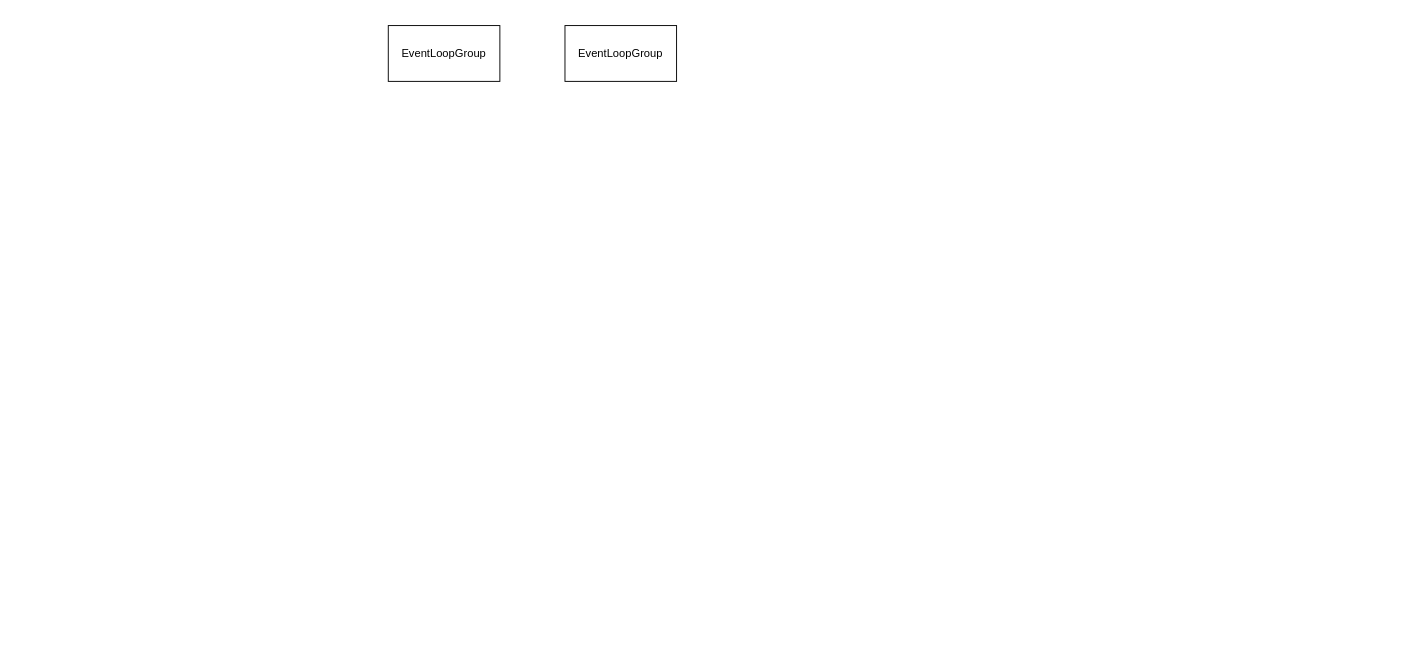
Before: netty.drawio in KOkkmiao/note, a draw.io diagram. Source tidied: cells renumbered, new cells numbered last; positions are measured from the earlier drawing's top-left corner, leaving out a move shared by most shapes. Both pictures are drawn from the tidied source at 93%, with x=0, y=0 at pixel (388, 25).
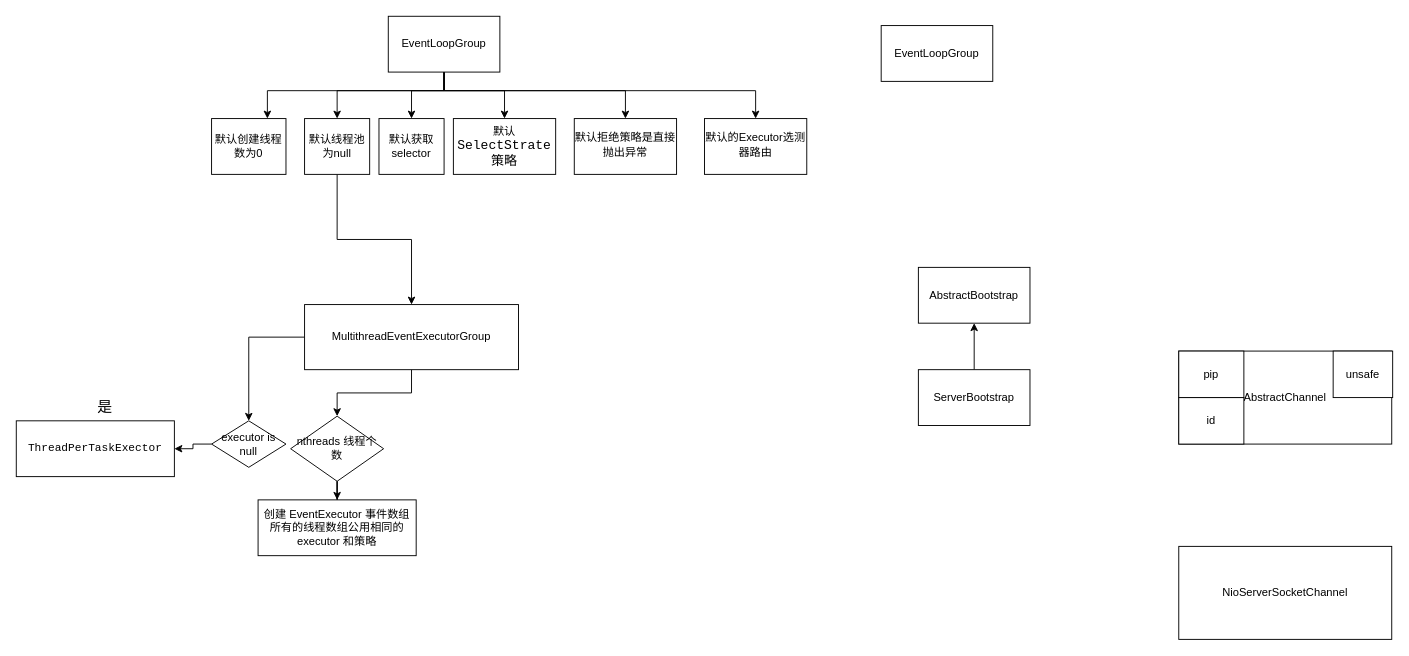
The same diagram, later.

The edit, as a diff of the source:
```diff
@@
+    <mxCell id="4" style="edgeStyle=orthogonalEdgeStyle;rounded=0;jettySize=auto;html=1;" parent="1" edge="1" source="2" target="10">
+      <mxGeometry relative="1" as="geometry">
+        <Array as="points">
+          <mxPoint x="60" y="70" />
+          <mxPoint x="-130" y="70" />
+        </Array>
+      </mxGeometry>
+    </mxCell>
+    <mxCell id="5" style="edgeStyle=orthogonalEdgeStyle;rounded=0;jettySize=auto;html=1;" parent="1" edge="1" source="2" target="12">
+      <mxGeometry relative="1" as="geometry">
+        <Array as="points">
+          <mxPoint x="60" y="70" />
+          <mxPoint x="-55" y="70" />
+        </Array>
+      </mxGeometry>
+    </mxCell>
+    <mxCell id="6" style="edgeStyle=orthogonalEdgeStyle;rounded=0;jettySize=auto;html=1;entryX=0.5;entryY=0;entryDx=0;entryDy=0;" parent="1" edge="1" source="2" target="13">
+      <mxGeometry relative="1" as="geometry">
+        <Array as="points">
+          <mxPoint x="60" y="70" />
+          <mxPoint x="25" y="70" />
+        </Array>
+      </mxGeometry>
+    </mxCell>
+    <mxCell id="7" style="edgeStyle=orthogonalEdgeStyle;rounded=0;jettySize=auto;html=1;entryX=0.5;entryY=0;entryDx=0;entryDy=0;" parent="1" edge="1" source="2" target="14">
+      <mxGeometry relative="1" as="geometry">
+        <Array as="points">
+          <mxPoint x="60" y="70" />
+          <mxPoint x="125" y="70" />
+        </Array>
+      </mxGeometry>
+    </mxCell>
+    <mxCell id="8" style="edgeStyle=orthogonalEdgeStyle;rounded=0;jettySize=auto;html=1;entryX=0.5;entryY=0;entryDx=0;entryDy=0;" parent="1" edge="1" source="2" target="15">
+      <mxGeometry relative="1" as="geometry">
+        <Array as="points">
+          <mxPoint x="60" y="70" />
+          <mxPoint x="255" y="70" />
+        </Array>
+      </mxGeometry>
+    </mxCell>
+    <mxCell id="9" style="edgeStyle=orthogonalEdgeStyle;rounded=0;jettySize=auto;html=1;" parent="1" edge="1" source="2" target="26">
+      <mxGeometry relative="1" as="geometry">
+        <Array as="points">
+          <mxPoint x="60" y="70" />
+          <mxPoint x="395" y="70" />
+        </Array>
+      </mxGeometry>
+    </mxCell>
     <mxCell id="2" value="EventLoopGroup" style="rounded=0;whiteSpace=wrap;html=1;" parent="1" vertex="1">
-      <mxGeometry width="120" height="60" as="geometry" />
+      <mxGeometry y="-10" width="120" height="60" as="geometry" />
     </mxCell>
+    <mxCell id="10" value="默认创建线程数为0" style="rounded=0;whiteSpace=wrap;html=1;" parent="1" vertex="1">
+      <mxGeometry x="-190" y="100" width="80" height="60" as="geometry" />
+    </mxCell>
     <mxCell id="3" value="EventLoopGroup" style="rounded=0;whiteSpace=wrap;html=1;" parent="1" vertex="1">
-      <mxGeometry x="190" width="120" height="60" as="geometry" />
+      <mxGeometry x="530" width="120" height="60" as="geometry" />
     </mxCell>
+    <mxCell id="11" style="edgeStyle=orthogonalEdgeStyle;rounded=0;jettySize=auto;html=1;entryX=0.5;entryY=0;entryDx=0;entryDy=0;" parent="1" edge="1" source="12" target="18">
+      <mxGeometry relative="1" as="geometry" />
+    </mxCell>
+    <mxCell id="12" value="默认线程池为null" style="rounded=0;whiteSpace=wrap;html=1;" parent="1" vertex="1">
+      <mxGeometry x="-90" y="100" width="70" height="60" as="geometry" />
+    </mxCell>
+    <mxCell id="13" value="默认获取selector" style="rounded=0;whiteSpace=wrap;html=1;" parent="1" vertex="1">
+      <mxGeometry x="-10" y="100" width="70" height="60" as="geometry" />
+    </mxCell>
+    <mxCell id="14" value="默认&lt;font face=&quot;Consolas&quot; style=&quot;font-size: 14px&quot;&gt;&lt;span style=&quot;background-color: rgb(255 , 255 , 255)&quot;&gt;SelectStrate&lt;br&gt;策略&lt;br&gt;&lt;/span&gt;&lt;/font&gt;" style="rounded=0;whiteSpace=wrap;html=1;" parent="1" vertex="1">
+      <mxGeometry x="70" y="100" width="110" height="60" as="geometry" />
+    </mxCell>
+    <mxCell id="15" value="默认拒绝策略是直接抛出异常&lt;font face=&quot;Consolas&quot;&gt;&lt;span style=&quot;font-size: 16px ; background-color: rgb(255 , 255 , 255)&quot;&gt;&lt;br&gt;&lt;/span&gt;&lt;/font&gt;" style="rounded=0;whiteSpace=wrap;html=1;" parent="1" vertex="1">
+      <mxGeometry x="200" y="100" width="110" height="60" as="geometry" />
+    </mxCell>
+    <mxCell id="16" style="edgeStyle=orthogonalEdgeStyle;rounded=0;jettySize=auto;html=1;entryX=0.5;entryY=0;entryDx=0;entryDy=0;" parent="1" edge="1" source="18" target="21">
+      <mxGeometry relative="1" as="geometry">
+        <Array as="points">
+          <mxPoint x="-150" y="335" />
+        </Array>
+      </mxGeometry>
+    </mxCell>
+    <mxCell id="17" style="edgeStyle=orthogonalEdgeStyle;rounded=0;jettySize=auto;html=1;entryX=0.5;entryY=0;entryDx=0;entryDy=0;" parent="1" edge="1" source="18" target="25">
+      <mxGeometry relative="1" as="geometry" />
+    </mxCell>
+    <mxCell id="18" value="&lt;pre style=&quot;background-color: rgb(255 , 255 , 255)&quot;&gt;&lt;font face=&quot;Helvetica&quot; style=&quot;font-size: 12px&quot;&gt;MultithreadEventExecutorGroup&lt;/font&gt;&lt;/pre&gt;" style="rounded=0;whiteSpace=wrap;html=1;" parent="1" vertex="1">
+      <mxGeometry x="-90" y="300" width="230" height="70" as="geometry" />
+    </mxCell>
+    <mxCell id="19" value="&lt;pre style=&quot;background-color: rgb(255 , 255 , 255)&quot;&gt;ThreadPerTaskExector&lt;/pre&gt;" style="rounded=0;whiteSpace=wrap;html=1;" parent="1" vertex="1">
+      <mxGeometry x="-400" y="425" width="170" height="60" as="geometry" />
+    </mxCell>
+    <mxCell id="20" style="edgeStyle=orthogonalEdgeStyle;rounded=0;jettySize=auto;html=1;entryX=1;entryY=0.5;entryDx=0;entryDy=0;" parent="1" edge="1" source="21" target="19">
+      <mxGeometry relative="1" as="geometry" />
+    </mxCell>
+    <mxCell id="21" value="executor is null" style="rhombus;whiteSpace=wrap;html=1;" parent="1" vertex="1">
+      <mxGeometry x="-190" y="425" width="80" height="50" as="geometry" />
+    </mxCell>
+    <mxCell id="22" value="&lt;font style=&quot;font-size: 16px&quot;&gt;是&lt;/font&gt;" style="text;html=1;align=center;verticalAlign=middle;" parent="1" vertex="1">
+      <mxGeometry x="-320" y="400" width="30" height="20" as="geometry" />
+    </mxCell>
+    <mxCell id="23" value="创建 EventExecutor 事件数组&lt;br&gt;所有的线程数组公用相同的&lt;br&gt;executor 和策略" style="rounded=0;whiteSpace=wrap;html=1;" parent="1" vertex="1">
+      <mxGeometry x="-140" y="510" width="170" height="60" as="geometry" />
+    </mxCell>
+    <mxCell id="24" style="edgeStyle=orthogonalEdgeStyle;rounded=0;jettySize=auto;html=1;entryX=0.5;entryY=0;entryDx=0;entryDy=0;" parent="1" edge="1" source="25" target="23">
+      <mxGeometry relative="1" as="geometry" />
+    </mxCell>
+    <mxCell id="25" value="nthreads 线程个数" style="rhombus;whiteSpace=wrap;html=1;" parent="1" vertex="1">
+      <mxGeometry x="-105" y="420" width="100" height="70" as="geometry" />
+    </mxCell>
+    <mxCell id="26" value="默认的Executor选测器路由&lt;font face=&quot;Consolas&quot;&gt;&lt;span style=&quot;font-size: 16px ; background-color: rgb(255 , 255 , 255)&quot;&gt;&lt;br&gt;&lt;/span&gt;&lt;/font&gt;" style="rounded=0;whiteSpace=wrap;html=1;" parent="1" vertex="1">
+      <mxGeometry x="340" y="100" width="110" height="60" as="geometry" />
+    </mxCell>
+    <mxCell id="27" style="edgeStyle=orthogonalEdgeStyle;rounded=0;jettySize=auto;html=1;" parent="1" edge="1" source="28" target="29">
+      <mxGeometry relative="1" as="geometry" />
+    </mxCell>
+    <mxCell id="28" value="ServerBootstrap&lt;br&gt;" style="rounded=0;whiteSpace=wrap;html=1;" parent="1" vertex="1">
+      <mxGeometry x="570" y="370" width="120" height="60" as="geometry" />
+    </mxCell>
+    <mxCell id="29" value="AbstractBootstrap" style="rounded=0;whiteSpace=wrap;html=1;" parent="1" vertex="1">
+      <mxGeometry x="570" y="260" width="120" height="60" as="geometry" />
+    </mxCell>
+    <mxCell id="30" value="NioServerSocketChannel" style="rounded=0;whiteSpace=wrap;html=1;" parent="1" vertex="1">
+      <mxGeometry x="850" y="560" width="229" height="100" as="geometry" />
+    </mxCell>
+    <mxCell id="31" value="AbstractChannel" style="rounded=0;whiteSpace=wrap;html=1;" parent="1" vertex="1">
+      <mxGeometry x="850" y="350" width="229" height="100" as="geometry" />
+    </mxCell>
+    <mxCell id="32" value="id&lt;br&gt;" style="rounded=0;whiteSpace=wrap;html=1;" parent="1" vertex="1">
+      <mxGeometry x="850" y="400" width="70" height="50" as="geometry" />
+    </mxCell>
+    <mxCell id="33" value="pip&lt;br&gt;" style="rounded=0;whiteSpace=wrap;html=1;" parent="1" vertex="1">
+      <mxGeometry x="850" y="350" width="70" height="50" as="geometry" />
+    </mxCell>
+    <mxCell id="34" value="unsafe" style="rounded=0;whiteSpace=wrap;html=1;" parent="1" vertex="1">
+      <mxGeometry x="1016" y="350" width="64" height="50" as="geometry" />
+    </mxCell>
```
